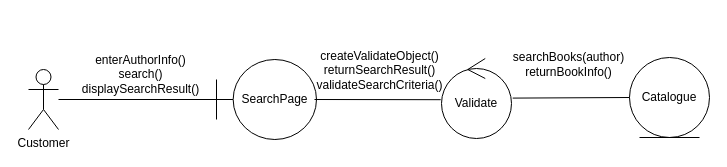
The draw.io diagram wia2002tuto6q5d.drawio in justn0thinghere/drawio, before the edit. Source tidied: cells renumbered, new cells numbered last; positions are measured from the earlier drawing's top-left corner, leaving out a move shared by most shapes. Both pictures are drawn from the tidied source at 100%, with x=0, y=0 at pixel (28, 40).
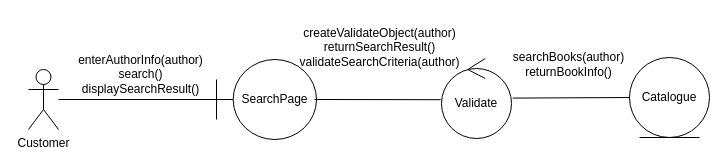
Above is the later version.

The edit, as a diff of the source:
```diff
@@
 <mxGraphModel>
   <root>
     <mxCell id="0" />
     <mxCell id="1" parent="0" />
     <mxCell id="2" value="Customer" style="shape=umlActor;verticalLabelPosition=bottom;verticalAlign=top;html=1;" parent="1" vertex="1">
       <mxGeometry y="29" width="30" height="60" as="geometry" />
     </mxCell>
     <mxCell id="3" value="SearchPage" style="shape=umlBoundary;whiteSpace=wrap;html=1;" parent="1" vertex="1">
       <mxGeometry x="188" y="19" width="100" height="80" as="geometry" />
     </mxCell>
     <mxCell id="4" value="Validate" style="ellipse;shape=umlControl;whiteSpace=wrap;html=1;" parent="1" vertex="1">
       <mxGeometry x="413" y="18" width="70" height="80" as="geometry" />
     </mxCell>
     <mxCell id="5" value="Catalogue" style="ellipse;shape=umlEntity;whiteSpace=wrap;html=1;" parent="1" vertex="1">
       <mxGeometry x="601" y="17" width="80" height="80" as="geometry" />
     </mxCell>
     <mxCell id="6" style="endArrow=none;html=1;rounded=0;entryX=0;entryY=0.5;entryDx=0;entryDy=0;entryPerimeter=0;" parent="1" edge="1" source="2" target="3">
       <mxGeometry relative="1" as="geometry" />
     </mxCell>
     <mxCell id="7" style="endArrow=none;html=1;rounded=0;entryX=-0.011;entryY=0.515;entryDx=0;entryDy=0;entryPerimeter=0;" parent="1" edge="1" target="4">
       <mxGeometry relative="1" as="geometry">
         <mxPoint x="286" y="59" as="sourcePoint" />
       </mxGeometry>
     </mxCell>
     <mxCell id="8" style="endArrow=none;html=1;rounded=0;exitX=1.017;exitY=0.495;exitDx=0;exitDy=0;exitPerimeter=0;entryX=0;entryY=0.5;entryDx=0;entryDy=0;" parent="1" edge="1" source="4" target="5">
       <mxGeometry relative="1" as="geometry" />
     </mxCell>
-    <mxCell id="9" value="enterAuthorInfo()&lt;div&gt;search()&lt;/div&gt;&lt;div&gt;displaySearchResult()&lt;/div&gt;" style="text;html=1;align=center;verticalAlign=middle;strokeColor=none;fillColor=none;" parent="1" vertex="1">
-      <mxGeometry x="42" y="4" width="140" height="60" as="geometry" />
+    <mxCell id="9" value="enterAuthorInfo(author)&lt;div&gt;search()&lt;/div&gt;&lt;div&gt;displaySearchResult()&lt;/div&gt;" style="text;html=1;align=center;verticalAlign=middle;strokeColor=none;fillColor=none;" parent="1" vertex="1">
+      <mxGeometry x="37" y="4" width="150" height="60" as="geometry" />
     </mxCell>
-    <mxCell id="10" value="createValidateObject()&lt;div&gt;returnSearchResult()&lt;/div&gt;&lt;div&gt;validateSearchCriteria()&lt;/div&gt;" style="text;html=1;align=center;verticalAlign=middle;strokeColor=none;fillColor=none;" parent="1" vertex="1">
-      <mxGeometry x="276" width="150" height="60" as="geometry" />
+    <mxCell id="10" value="createValidateObject(author)&lt;div&gt;returnSearchResult()&lt;/div&gt;&lt;div&gt;validateSearchCriteria(author)&lt;/div&gt;" style="text;html=1;align=center;verticalAlign=middle;strokeColor=none;fillColor=none;" parent="1" vertex="1">
+      <mxGeometry x="261" y="-23" width="180" height="60" as="geometry" />
     </mxCell>
     <mxCell id="11" value="searchBooks(author)&lt;div&gt;returnBookInfo()&lt;/div&gt;" style="text;html=1;align=center;verticalAlign=middle;strokeColor=none;fillColor=none;" parent="1" vertex="1">
       <mxGeometry x="475" y="4" width="130" height="40" as="geometry" />
     </mxCell>
   </root>
 </mxGraphModel>
```
